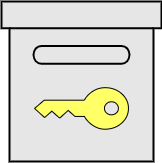
OOIT-com/web3-apps keeps this draw.io diagram as src/components/images/artwork.png. Above is the earlier version. Source tidied: cells renumbered, new cells last; positions are measured from the earlier drawing's top-left corner, leaving out a move shared by most shapes.
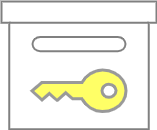
After the change.

The edit, as a diff of the source:
```diff
@@ -2,14 +2,11 @@
   <root>
     <mxCell id="0" />
     <mxCell id="1" parent="0" />
-    <mxCell id="2" style="group;fillColor=none;" parent="1" vertex="1">
-      <mxGeometry width="160" height="160" as="geometry" />
+    <mxCell id="2" style="html=1;verticalLabelPosition=bottom;align=center;labelBackgroundColor=#ffffff;verticalAlign=top;strokeWidth=2;strokeColor=#808080;shadow=0;dashed=0;shape=mxgraph.ios7.icons.box;gradientColor=none;fillColor=none;" parent="1" vertex="1">
+      <mxGeometry width="155" height="127.8" as="geometry" />
     </mxCell>
-    <mxCell id="3" style="html=1;verticalLabelPosition=bottom;align=center;labelBackgroundColor=#ffffff;verticalAlign=top;strokeWidth=2;strokeColor=default;shadow=0;dashed=0;shape=mxgraph.ios7.icons.box;rounded=1;sketch=0;fontFamily=Open Sans;fontSource=https%3A%2F%2Ffonts.googleapis.com%2Fcss%3Ffamily%3DOpen%2BSans;fontSize=24;fontColor=#4D4D4D;fillColor=#E6E6E6;gradientDirection=south;fillStyle=cross-hatch;" parent="2" vertex="1">
-      <mxGeometry width="160" height="160" as="geometry" />
+    <mxCell id="3" style="sketch=0;shadow=0;dashed=0;html=1;strokeColor=#999999;labelPosition=center;verticalLabelPosition=bottom;verticalAlign=top;align=center;shape=mxgraph.office.security.key_permissions;fillColor=#FFFF66;labelBackgroundColor=#99FFFF;fontFamily=Open Sans;fontSource=https%3A%2F%2Ffonts.googleapis.com%2Fcss%3Ffamily%3DOpen%2BSans;fontSize=50;fontColor=#3333FF;fillStyle=solid;rotation=90;strokeWidth=3;" parent="1" vertex="1">
+      <mxGeometry x="56.8" y="42.4" width="41.5" height="93.9" as="geometry" />
     </mxCell>
-    <mxCell id="4" style="sketch=0;shadow=0;dashed=0;html=1;strokeColor=default;labelPosition=center;verticalLabelPosition=bottom;verticalAlign=top;align=center;shape=mxgraph.office.security.key_permissions;fillColor=#FFFF66;labelBackgroundColor=#99FFFF;fontFamily=Open Sans;fontSource=https%3A%2F%2Ffonts.googleapis.com%2Fcss%3Ffamily%3DOpen%2BSans;fontSize=50;fontColor=#3333FF;fillStyle=solid;rotation=90;" parent="2" vertex="1">
-      <mxGeometry x="59.3" y="60" width="41.5" height="93.9" as="geometry" />
-    </mxCell>
   </root>
 </mxGraphModel>
```
